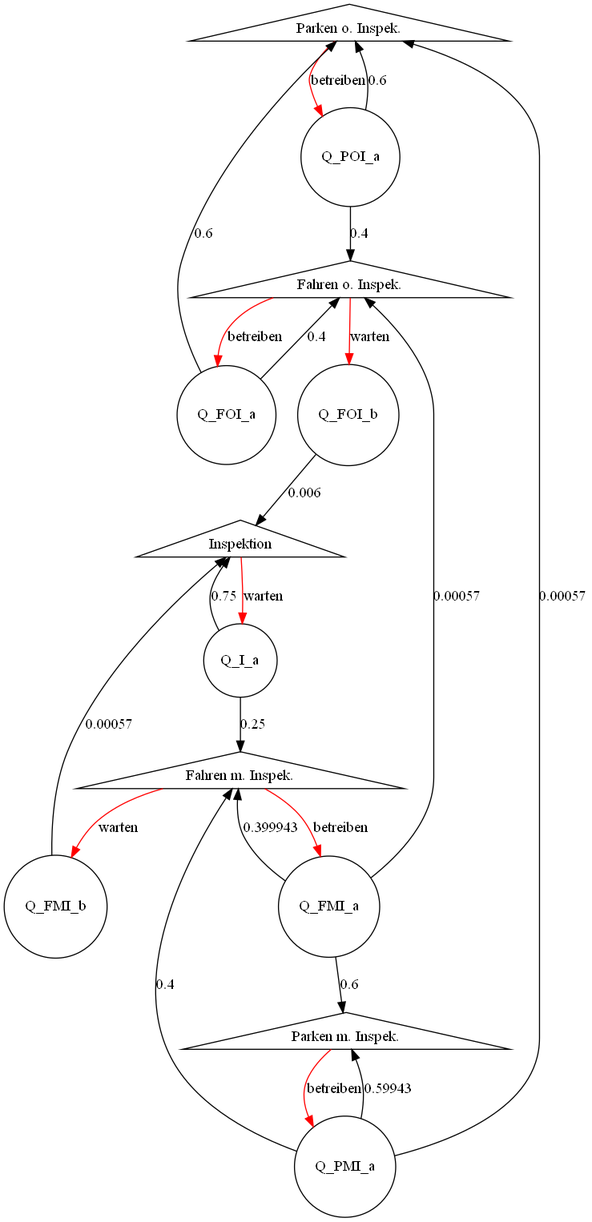
The Graphviz diagram Graph.gv.png in fubsi/studium-aufgaben, before a commit. Its source is kept beside it as Graph.gv.
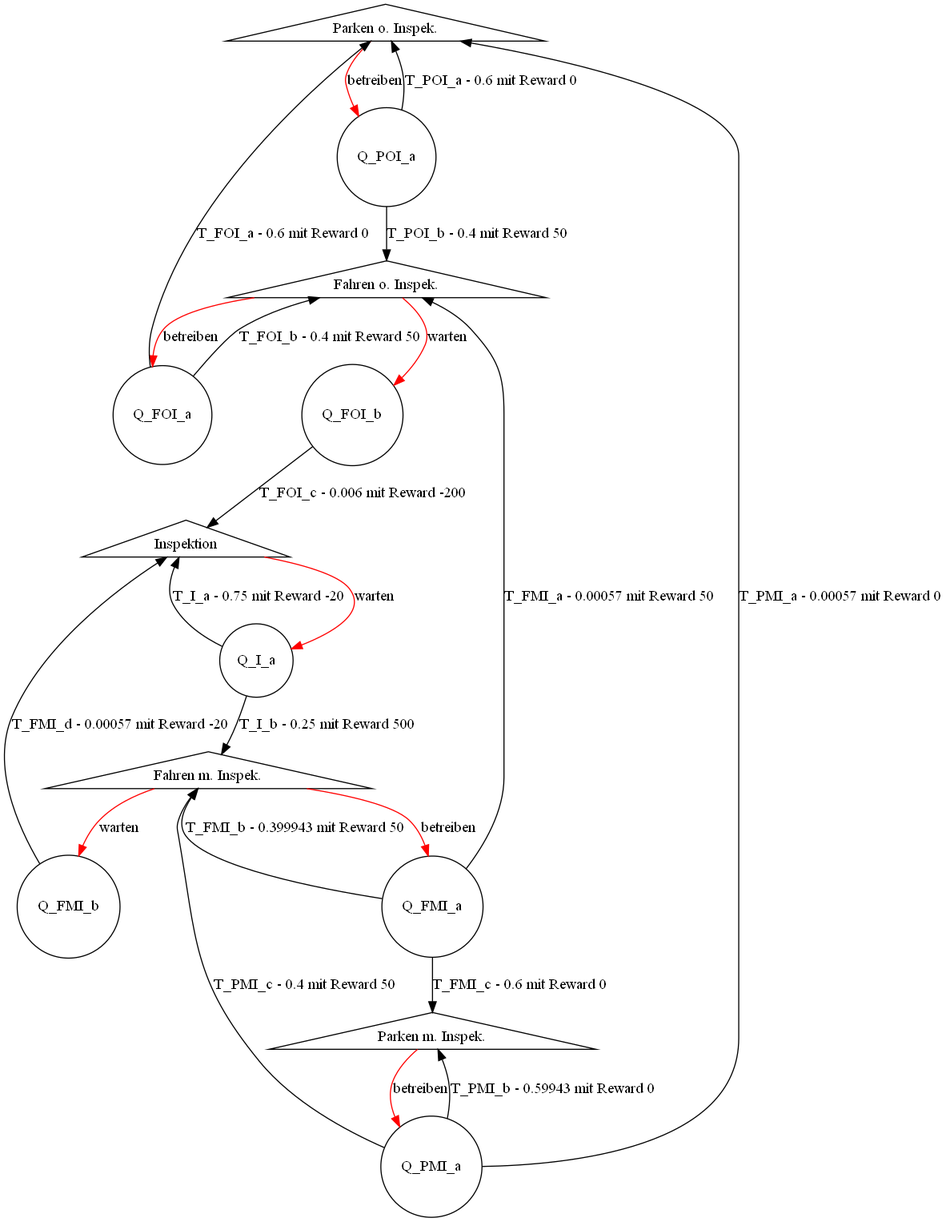
Later version of the same file.

Diff of the diagram source:
```diff
@@ -18,18 +18,18 @@
 	"Fahren m. Inspek." -> Q_FMI_b [label=warten color=red]
 	Q_PMI_a [shape=circle]
 	"Parken m. Inspek." -> Q_PMI_a [label=betreiben color=red]
-	Q_POI_a -> "Parken o. Inspek." [label=0.6]
-	Q_POI_a -> "Fahren o. Inspek." [label=0.4]
-	Q_FOI_a -> "Parken o. Inspek." [label=0.6]
-	Q_FOI_a -> "Fahren o. Inspek." [label=0.4]
-	Q_FOI_b -> Inspektion [label=0.006]
-	Q_I_a -> Inspektion [label=0.75]
-	Q_I_a -> "Fahren m. Inspek." [label=0.25]
-	Q_FMI_a -> "Fahren o. Inspek." [label=0.00057]
-	Q_FMI_a -> "Fahren m. Inspek." [label=0.399943]
-	Q_FMI_a -> "Parken m. Inspek." [label=0.6]
-	Q_FMI_b -> Inspektion [label=0.00057]
-	Q_PMI_a -> "Parken o. Inspek." [label=0.00057]
-	Q_PMI_a -> "Parken m. Inspek." [label=0.59943]
-	Q_PMI_a -> "Fahren m. Inspek." [label=0.4]
+	Q_POI_a -> "Parken o. Inspek." [label="T_POI_a - 0.6 mit Reward 0"]
+	Q_POI_a -> "Fahren o. Inspek." [label="T_POI_b - 0.4 mit Reward 50"]
+	Q_FOI_a -> "Parken o. Inspek." [label="T_FOI_a - 0.6 mit Reward 0"]
+	Q_FOI_a -> "Fahren o. Inspek." [label="T_FOI_b - 0.4 mit Reward 50"]
+	Q_FOI_b -> Inspektion [label="T_FOI_c - 0.006 mit Reward -200"]
+	Q_I_a -> Inspektion [label="T_I_a - 0.75 mit Reward -20"]
+	Q_I_a -> "Fahren m. Inspek." [label="T_I_b - 0.25 mit Reward 500"]
+	Q_FMI_a -> "Fahren o. Inspek." [label="T_FMI_a - 0.00057 mit Reward 50"]
+	Q_FMI_a -> "Fahren m. Inspek." [label="T_FMI_b - 0.399943 mit Reward 50"]
+	Q_FMI_a -> "Parken m. Inspek." [label="T_FMI_c - 0.6 mit Reward 0"]
+	Q_FMI_b -> Inspektion [label="T_FMI_d - 0.00057 mit Reward -20"]
+	Q_PMI_a -> "Parken o. Inspek." [label="T_PMI_a - 0.00057 mit Reward 0"]
+	Q_PMI_a -> "Parken m. Inspek." [label="T_PMI_b - 0.59943 mit Reward 0"]
+	Q_PMI_a -> "Fahren m. Inspek." [label="T_PMI_c - 0.4 mit Reward 50"]
 }
```
